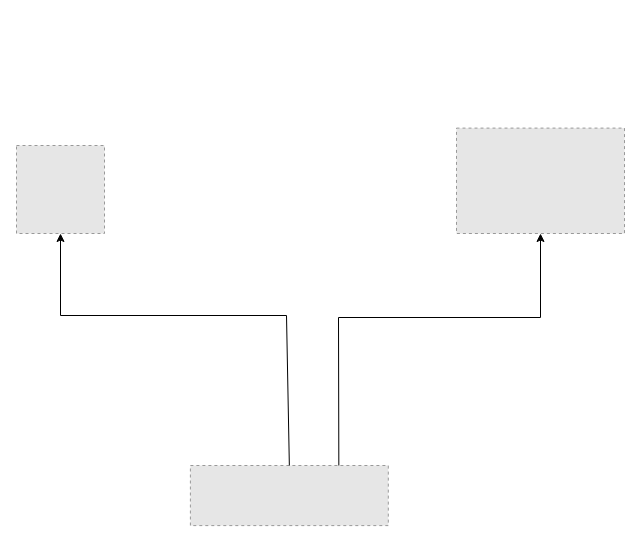
Above: keycloak.drawio.xml in jheissonn/Poc-keycloak-spring (draw.io), before the change. Source tidied: cells renumbered, new cells numbered last; positions are measured from the earlier drawing's top-left corner, leaving out a move shared by most shapes. Both pictures are drawn from the tidied source at 100%, with x=0, y=0 at pixel (16, 128). Pictures stored in the file or linked from it are replaced by grey dashed boxes.
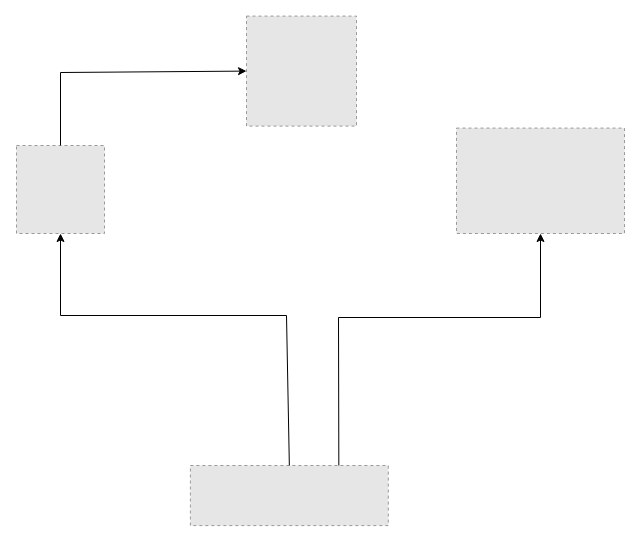
The same page after the edit.

Commit message (it also covers changes not shown here):
Login pelo spring cm group e realm e o keycloak cm mysql

What changed in the source:
```diff
@@
 <mxGraphModel>
   <root>
     <mxCell id="0" />
     <mxCell id="1" parent="0" />
     <mxCell id="2" style="fillColor=#E6E6E6;strokeColor=#999999;dashed=1;verticalLabelPosition=bottom;labelBackgroundColor=default;verticalAlign=top;" parent="1" vertex="1">
       <mxGeometry y="17" width="88" height="88" as="geometry" />
     </mxCell>
     <mxCell id="3" style="fillColor=#E6E6E6;strokeColor=#999999;dashed=1;verticalLabelPosition=bottom;labelBackgroundColor=default;verticalAlign=top;" parent="1" vertex="1">
       <mxGeometry x="440" y="-0.4" width="168" height="105.4" as="geometry" />
     </mxCell>
     <mxCell id="4" style="fillColor=#E6E6E6;strokeColor=#999999;dashed=1;verticalLabelPosition=bottom;labelBackgroundColor=default;verticalAlign=top;" parent="1" vertex="1">
       <mxGeometry x="173.9" y="337" width="197.9" height="60.1" as="geometry" />
     </mxCell>
     <mxCell id="5" style="endArrow=classic;html=1;rounded=0;exitX=0.5;exitY=0;exitDx=0;exitDy=0;entryX=0.5;entryY=1;entryDx=0;entryDy=0;" parent="1" edge="1" source="4" target="2">
       <mxGeometry relative="1" as="geometry">
         <Array as="points">
           <mxPoint x="270" y="187" />
           <mxPoint x="44" y="187" />
         </Array>
       </mxGeometry>
     </mxCell>
     <mxCell id="6" style="endArrow=classic;html=1;rounded=0;exitX=0.75;exitY=0;exitDx=0;exitDy=0;entryX=0.5;entryY=1;entryDx=0;entryDy=0;" parent="1" edge="1" source="4" target="3">
       <mxGeometry relative="1" as="geometry">
         <Array as="points">
           <mxPoint x="322" y="189" />
           <mxPoint x="524" y="189" />
         </Array>
       </mxGeometry>
     </mxCell>
+    <mxCell id="7" style="fillColor=#E6E6E6;strokeColor=#999999;dashed=1;verticalLabelPosition=bottom;labelBackgroundColor=default;verticalAlign=top;" parent="1" vertex="1">
+      <mxGeometry x="230" y="-112.4" width="110" height="110" as="geometry" />
+    </mxCell>
+    <mxCell id="8" style="endArrow=classic;html=1;rounded=0;exitX=0.5;exitY=0;exitDx=0;exitDy=0;entryX=0;entryY=0.5;entryDx=0;entryDy=0;" parent="1" edge="1" source="2" target="7">
+      <mxGeometry relative="1" as="geometry">
+        <Array as="points">
+          <mxPoint x="44" y="-56" />
+        </Array>
+      </mxGeometry>
+    </mxCell>
   </root>
 </mxGraphModel>
```
